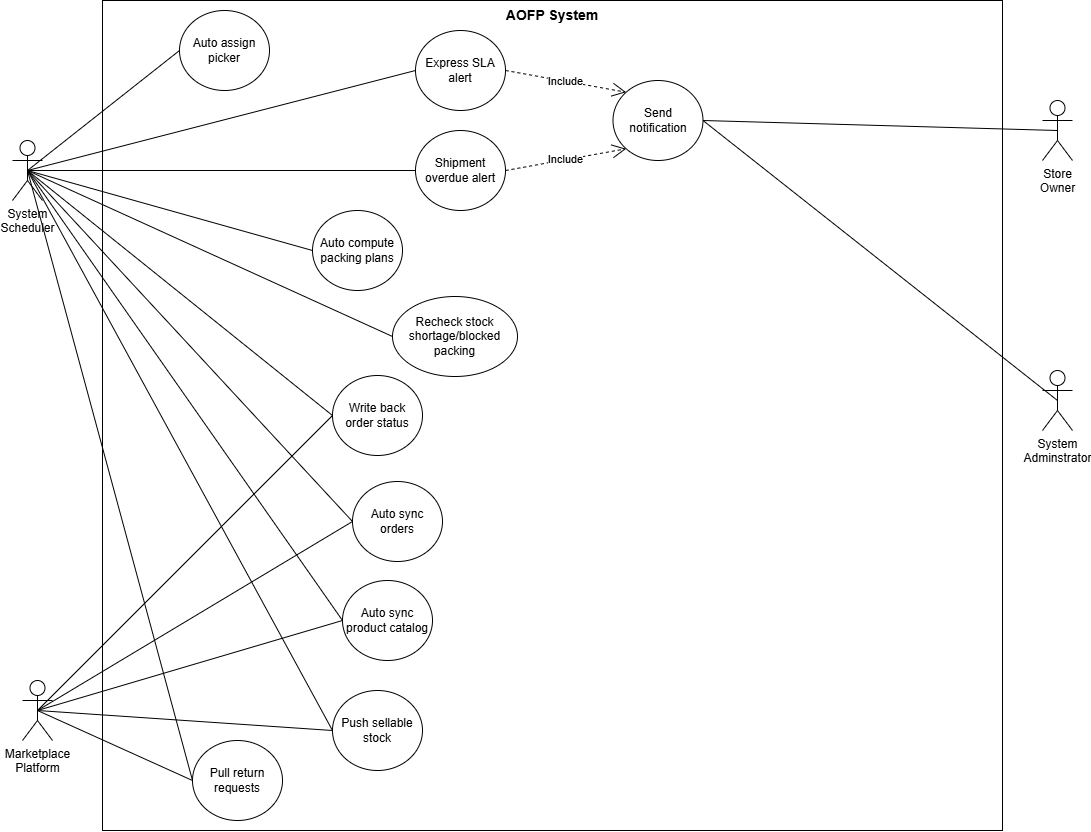
The draw.io diagram docs/diagrams/usecase/export/UC-P6_aurelle_scheduler.png in ThuaanNguyeen111/OptiPackAI, before a commit. Source tidied: cells renumbered, new cells last; positions are measured from the earlier drawing's top-left corner, leaving out a move shared by most shapes.
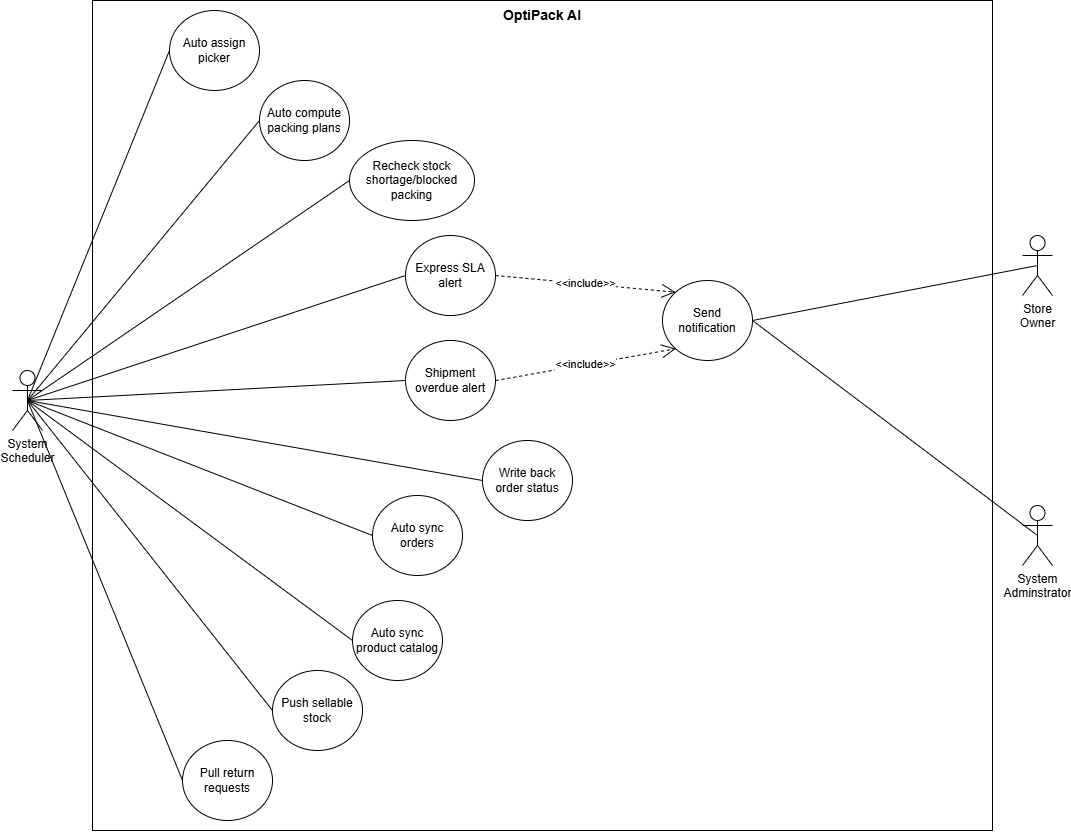
Above is the later version.

Commit message:
fix(AOFP-53): use case diagrams

Diff of the diagram source:
```diff
@@ -6,16 +6,16 @@
       <mxGeometry x="90" width="900" height="830" as="geometry" />
     </mxCell>
     <mxCell id="3" value="System&lt;div&gt;Adminstrator&lt;/div&gt;" style="shape=umlActor;verticalLabelPosition=bottom;verticalAlign=top;html=1;outlineConnect=0;" parent="1" vertex="1">
-      <mxGeometry x="1030" y="370" width="30" height="60" as="geometry" />
+      <mxGeometry x="1020" y="505" width="30" height="60" as="geometry" />
     </mxCell>
-    <mxCell id="4" value="&lt;b&gt;&lt;font style=&quot;font-size: 14px;&quot;&gt;AOFP System&lt;/font&gt;&lt;/b&gt;" style="text;html=1;whiteSpace=wrap;strokeColor=none;fillColor=none;align=center;verticalAlign=middle;rounded=0;" parent="1" vertex="1">
+    <mxCell id="4" value="&lt;b style=&quot;font-size: 14px;&quot;&gt;OptiPack AI&lt;/b&gt;" style="text;html=1;whiteSpace=wrap;strokeColor=none;fillColor=none;align=center;verticalAlign=middle;rounded=0;" parent="1" vertex="1">
       <mxGeometry x="90" width="900" height="30" as="geometry" />
     </mxCell>
     <mxCell id="5" value="Store&lt;div&gt;Owner&lt;/div&gt;" style="shape=umlActor;verticalLabelPosition=bottom;verticalAlign=top;html=1;outlineConnect=0;" parent="1" vertex="1">
-      <mxGeometry x="1030" y="100" width="30" height="60" as="geometry" />
+      <mxGeometry x="1020" y="235" width="30" height="60" as="geometry" />
     </mxCell>
     <mxCell id="6" value="Auto sync product catalog" style="ellipse;whiteSpace=wrap;html=1;" parent="1" vertex="1">
-      <mxGeometry x="330" y="580" width="90" height="80" as="geometry" />
+      <mxGeometry x="350" y="600" width="90" height="80" as="geometry" />
     </mxCell>
     <mxCell id="7" style="rounded=0;jettySize=auto;html=1;exitX=0;exitY=0.5;exitDx=0;exitDy=0;endArrow=none;endFill=0;entryX=0.5;entryY=0.5;entryDx=0;entryDy=0;entryPerimeter=0;" parent="1" edge="1" source="10" target="11">
       <mxGeometry relative="1" as="geometry" />
@@ -23,85 +23,67 @@
     <mxCell id="8" value="Auto assign picker" style="ellipse;whiteSpace=wrap;html=1;" parent="1" vertex="1">
       <mxGeometry x="167" y="10" width="90" height="80" as="geometry" />
     </mxCell>
-    <mxCell id="9" style="rounded=0;jettySize=auto;html=1;exitX=0;exitY=0.5;exitDx=0;exitDy=0;endArrow=none;endFill=0;entryX=0.5;entryY=0.5;entryDx=0;entryDy=0;entryPerimeter=0;" parent="1" edge="1" source="6" target="12">
-      <mxGeometry relative="1" as="geometry" />
-    </mxCell>
     <mxCell id="10" value="Recheck stock shortage/blocked packing" style="ellipse;whiteSpace=wrap;html=1;" parent="1" vertex="1">
-      <mxGeometry x="380" y="296" width="125" height="80" as="geometry" />
+      <mxGeometry x="347" y="140" width="125" height="80" as="geometry" />
     </mxCell>
     <mxCell id="11" value="System&lt;div&gt;Scheduler&lt;/div&gt;" style="shape=umlActor;verticalLabelPosition=bottom;verticalAlign=top;html=1;outlineConnect=0;" parent="1" vertex="1">
-      <mxGeometry y="140" width="30" height="60" as="geometry" />
+      <mxGeometry x="10" y="370" width="30" height="60" as="geometry" />
     </mxCell>
-    <mxCell id="12" value="Marketplace&lt;div&gt;Platform&lt;/div&gt;" style="shape=umlActor;verticalLabelPosition=bottom;verticalAlign=top;html=1;outlineConnect=0;" parent="1" vertex="1">
-      <mxGeometry x="10" y="680" width="30" height="60" as="geometry" />
-    </mxCell>
     <mxCell id="13" style="rounded=0;jettySize=auto;html=1;exitX=0;exitY=0.5;exitDx=0;exitDy=0;endArrow=none;endFill=0;entryX=0.5;entryY=0.5;entryDx=0;entryDy=0;entryPerimeter=0;" parent="1" edge="1" source="6" target="11">
       <mxGeometry relative="1" as="geometry" />
     </mxCell>
     <mxCell id="14" value="Auto sync orders" style="ellipse;whiteSpace=wrap;html=1;" parent="1" vertex="1">
-      <mxGeometry x="340" y="481" width="90" height="80" as="geometry" />
+      <mxGeometry x="370" y="495" width="90" height="80" as="geometry" />
     </mxCell>
-    <mxCell id="15" style="rounded=0;jettySize=auto;html=1;exitX=0;exitY=0.5;exitDx=0;exitDy=0;endArrow=none;endFill=0;entryX=0.5;entryY=0.5;entryDx=0;entryDy=0;entryPerimeter=0;" parent="1" edge="1" source="14" target="12">
-      <mxGeometry relative="1" as="geometry" />
-    </mxCell>
     <mxCell id="16" style="rounded=0;jettySize=auto;html=1;exitX=0;exitY=0.5;exitDx=0;exitDy=0;endArrow=none;endFill=0;entryX=0.5;entryY=0.5;entryDx=0;entryDy=0;entryPerimeter=0;" parent="1" edge="1" source="14" target="11">
       <mxGeometry relative="1" as="geometry" />
     </mxCell>
-    <mxCell id="17" value="Include" style="endArrow=open;endSize=12;dashed=1;html=1;rounded=0;exitX=1;exitY=0.5;exitDx=0;exitDy=0;entryX=0;entryY=0;entryDx=0;entryDy=0;" parent="1" edge="1" source="21" target="19">
+    <mxCell id="17" value="&amp;lt;&amp;lt;include&amp;gt;&amp;gt;" style="endArrow=open;endSize=12;dashed=1;html=1;rounded=0;exitX=1;exitY=0.5;exitDx=0;exitDy=0;entryX=0;entryY=0;entryDx=0;entryDy=0;" parent="1" edge="1" source="21" target="19">
       <mxGeometry relative="1" as="geometry" />
     </mxCell>
     <mxCell id="18" style="rounded=0;jettySize=auto;html=1;exitX=0;exitY=0.5;exitDx=0;exitDy=0;endArrow=none;endFill=0;entryX=0.5;entryY=0.5;entryDx=0;entryDy=0;entryPerimeter=0;" parent="1" edge="1" source="8" target="11">
       <mxGeometry relative="1" as="geometry" />
     </mxCell>
     <mxCell id="19" value="Send notification" style="ellipse;whiteSpace=wrap;html=1;" parent="1" vertex="1">
-      <mxGeometry x="600.5" y="80" width="90" height="80" as="geometry" />
+      <mxGeometry x="660" y="280" width="90" height="80" as="geometry" />
     </mxCell>
     <mxCell id="20" style="rounded=0;jettySize=auto;html=1;exitX=0;exitY=0.5;exitDx=0;exitDy=0;endArrow=none;endFill=0;entryX=0.5;entryY=0.5;entryDx=0;entryDy=0;entryPerimeter=0;" parent="1" edge="1" source="21" target="11">
       <mxGeometry relative="1" as="geometry" />
     </mxCell>
     <mxCell id="21" value="Express SLA alert" style="ellipse;whiteSpace=wrap;html=1;" parent="1" vertex="1">
-      <mxGeometry x="403" y="30" width="90" height="80" as="geometry" />
+      <mxGeometry x="403" y="235" width="90" height="80" as="geometry" />
     </mxCell>
     <mxCell id="22" value="Auto&amp;nbsp;compute packing plans" style="ellipse;whiteSpace=wrap;html=1;" parent="1" vertex="1">
-      <mxGeometry x="300" y="210" width="90" height="80" as="geometry" />
+      <mxGeometry x="257" y="80" width="90" height="80" as="geometry" />
     </mxCell>
     <mxCell id="23" style="rounded=0;jettySize=auto;html=1;exitX=0;exitY=0.5;exitDx=0;exitDy=0;endArrow=none;endFill=0;entryX=0.5;entryY=0.5;entryDx=0;entryDy=0;entryPerimeter=0;" parent="1" edge="1" source="22" target="11">
       <mxGeometry relative="1" as="geometry" />
     </mxCell>
     <mxCell id="24" value="Write back&lt;div&gt;order status&lt;/div&gt;" style="ellipse;whiteSpace=wrap;html=1;" parent="1" vertex="1">
-      <mxGeometry x="320" y="375" width="90" height="80" as="geometry" />
+      <mxGeometry x="480" y="440" width="90" height="80" as="geometry" />
     </mxCell>
     <mxCell id="25" style="rounded=0;jettySize=auto;html=1;exitX=0;exitY=0.5;exitDx=0;exitDy=0;endArrow=none;endFill=0;entryX=0.5;entryY=0.5;entryDx=0;entryDy=0;entryPerimeter=0;" parent="1" edge="1" source="24" target="11">
       <mxGeometry relative="1" as="geometry" />
     </mxCell>
-    <mxCell id="26" style="rounded=0;jettySize=auto;html=1;exitX=0;exitY=0.5;exitDx=0;exitDy=0;endArrow=none;endFill=0;entryX=0.5;entryY=0.5;entryDx=0;entryDy=0;entryPerimeter=0;" parent="1" edge="1" source="24" target="12">
-      <mxGeometry relative="1" as="geometry" />
-    </mxCell>
     <mxCell id="27" value="Push sellable stock" style="ellipse;whiteSpace=wrap;html=1;" parent="1" vertex="1">
-      <mxGeometry x="320" y="690" width="90" height="80" as="geometry" />
+      <mxGeometry x="270" y="670" width="90" height="80" as="geometry" />
     </mxCell>
     <mxCell id="28" style="rounded=0;jettySize=auto;html=1;exitX=0;exitY=0.5;exitDx=0;exitDy=0;endArrow=none;endFill=0;entryX=0.5;entryY=0.5;entryDx=0;entryDy=0;entryPerimeter=0;" parent="1" edge="1" source="27" target="11">
       <mxGeometry relative="1" as="geometry" />
     </mxCell>
-    <mxCell id="29" style="rounded=0;jettySize=auto;html=1;exitX=0;exitY=0.5;exitDx=0;exitDy=0;endArrow=none;endFill=0;entryX=0.5;entryY=0.5;entryDx=0;entryDy=0;entryPerimeter=0;" parent="1" edge="1" source="27" target="12">
-      <mxGeometry relative="1" as="geometry" />
-    </mxCell>
     <mxCell id="30" value="Pull return requests" style="ellipse;whiteSpace=wrap;html=1;" parent="1" vertex="1">
       <mxGeometry x="180" y="740" width="90" height="80" as="geometry" />
     </mxCell>
-    <mxCell id="31" style="rounded=0;jettySize=auto;html=1;exitX=0;exitY=0.5;exitDx=0;exitDy=0;endArrow=none;endFill=0;entryX=0.5;entryY=0.5;entryDx=0;entryDy=0;entryPerimeter=0;" parent="1" edge="1" source="30" target="12">
-      <mxGeometry relative="1" as="geometry" />
-    </mxCell>
     <mxCell id="32" style="rounded=0;jettySize=auto;html=1;exitX=0;exitY=0.5;exitDx=0;exitDy=0;endArrow=none;endFill=0;entryX=0.5;entryY=0.5;entryDx=0;entryDy=0;entryPerimeter=0;" parent="1" edge="1" source="30" target="11">
       <mxGeometry relative="1" as="geometry" />
     </mxCell>
     <mxCell id="33" value="Shipment overdue alert" style="ellipse;whiteSpace=wrap;html=1;" parent="1" vertex="1">
-      <mxGeometry x="403" y="130" width="90" height="80" as="geometry" />
+      <mxGeometry x="403" y="340" width="90" height="80" as="geometry" />
     </mxCell>
     <mxCell id="34" style="rounded=0;jettySize=auto;html=1;exitX=0;exitY=0.5;exitDx=0;exitDy=0;endArrow=none;endFill=0;entryX=0.5;entryY=0.5;entryDx=0;entryDy=0;entryPerimeter=0;" parent="1" edge="1" source="33" target="11">
       <mxGeometry relative="1" as="geometry" />
     </mxCell>
-    <mxCell id="35" value="Include" style="endArrow=open;endSize=12;dashed=1;html=1;rounded=0;exitX=1;exitY=0.5;exitDx=0;exitDy=0;entryX=0;entryY=1;entryDx=0;entryDy=0;" parent="1" edge="1" source="33" target="19">
+    <mxCell id="35" value="&amp;lt;&amp;lt;include&amp;gt;&amp;gt;" style="endArrow=open;endSize=12;dashed=1;html=1;rounded=0;exitX=1;exitY=0.5;exitDx=0;exitDy=0;entryX=0;entryY=1;entryDx=0;entryDy=0;" parent="1" edge="1" source="33" target="19">
       <mxGeometry relative="1" as="geometry" />
     </mxCell>
     <mxCell id="36" style="rounded=0;jettySize=auto;html=1;exitX=0.5;exitY=0.5;exitDx=0;exitDy=0;endArrow=none;endFill=0;entryX=1;entryY=0.5;entryDx=0;entryDy=0;exitPerimeter=0;" parent="1" edge="1" source="5" target="19">
```
